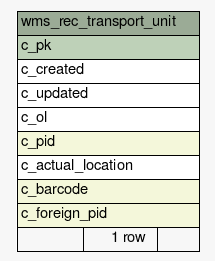
Earlier version of the Graphviz export 1.0.0-SNAPSHOT/schemaspy/diagrams/summary/wms_rec_transport_unit.1degree.png (openwms/org.openwms.wms.receiving.lib). Its source is kept beside it as 1.0.0-SNAPSHOT/schemaspy/diagrams/summary/wms_rec_transport_unit.1degree.dot.
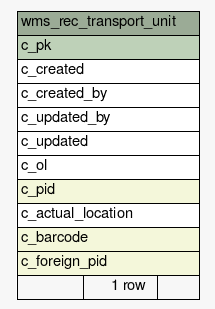
The same diagram one commit later.

Diff of the diagram source:
```diff
@@ -21,6 +21,8 @@
       <TR><TD COLSPAN="3" BGCOLOR="#9bab96" ALIGN="CENTER">wms_rec_transport_unit</TD></TR>
       <TR><TD PORT="c_pk" COLSPAN="3" BGCOLOR="#bed1b8" ALIGN="LEFT">c_pk</TD></TR>
       <TR><TD PORT="c_created" COLSPAN="3" ALIGN="LEFT">c_created</TD></TR>
+      <TR><TD PORT="c_created_by" COLSPAN="3" ALIGN="LEFT">c_created_by</TD></TR>
+      <TR><TD PORT="c_updated_by" COLSPAN="3" ALIGN="LEFT">c_updated_by</TD></TR>
       <TR><TD PORT="c_updated" COLSPAN="3" ALIGN="LEFT">c_updated</TD></TR>
       <TR><TD PORT="c_ol" COLSPAN="3" ALIGN="LEFT">c_ol</TD></TR>
       <TR><TD PORT="c_pid" COLSPAN="3" BGCOLOR="#f4f7da" ALIGN="LEFT">c_pid</TD></TR>
```
